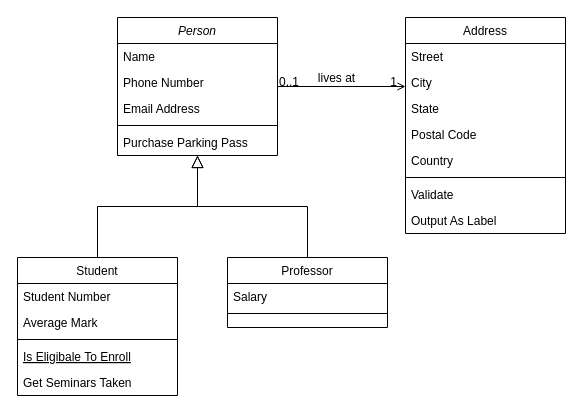
The draw.io diagram page "Page-1" (1 of 2) of Classes_app.drawio in vivianebuge/objectOrientedJava, before the edit. Source tidied: cells renumbered, new cells numbered last; positions are measured from the earlier drawing's top-left corner, leaving out a move shared by most shapes. Both pictures are drawn from the tidied source at 100%, with x=0, y=0 at pixel (17, 17).
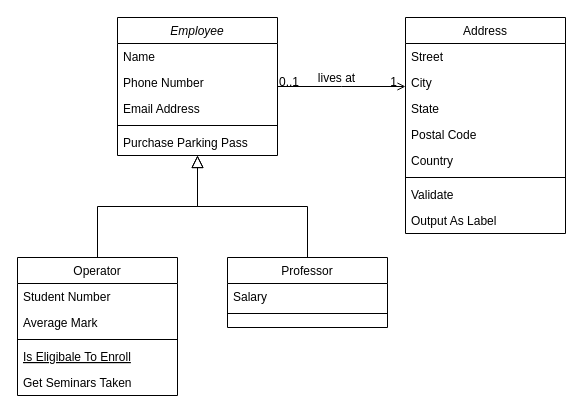
After the change.

Commit message:
Use Case Diagrama

What changed in the source:
```diff
@@
-    <mxCell id="2" value="Person" style="swimlane;fontStyle=2;align=center;verticalAlign=top;horizontal=1;startSize=26;rounded=0;shadow=0;strokeWidth=1;" parent="1" vertex="1">
+    <mxCell id="2" value="Employee" style="swimlane;fontStyle=2;align=center;verticalAlign=top;horizontal=1;startSize=26;rounded=0;shadow=0;strokeWidth=1;" parent="1" vertex="1">
       <mxGeometry x="100" width="160" height="138" as="geometry" />
     </mxCell>
@@
-    <mxCell id="8" value="Student" style="swimlane;fontStyle=0;align=center;verticalAlign=top;horizontal=1;startSize=26;rounded=0;shadow=0;strokeWidth=1;" parent="1" vertex="1">
+    <mxCell id="8" value="Operator" style="swimlane;fontStyle=0;align=center;verticalAlign=top;horizontal=1;startSize=26;rounded=0;shadow=0;strokeWidth=1;" parent="1" vertex="1">
       <mxGeometry y="240" width="160" height="138" as="geometry" />
     </mxCell>
```
